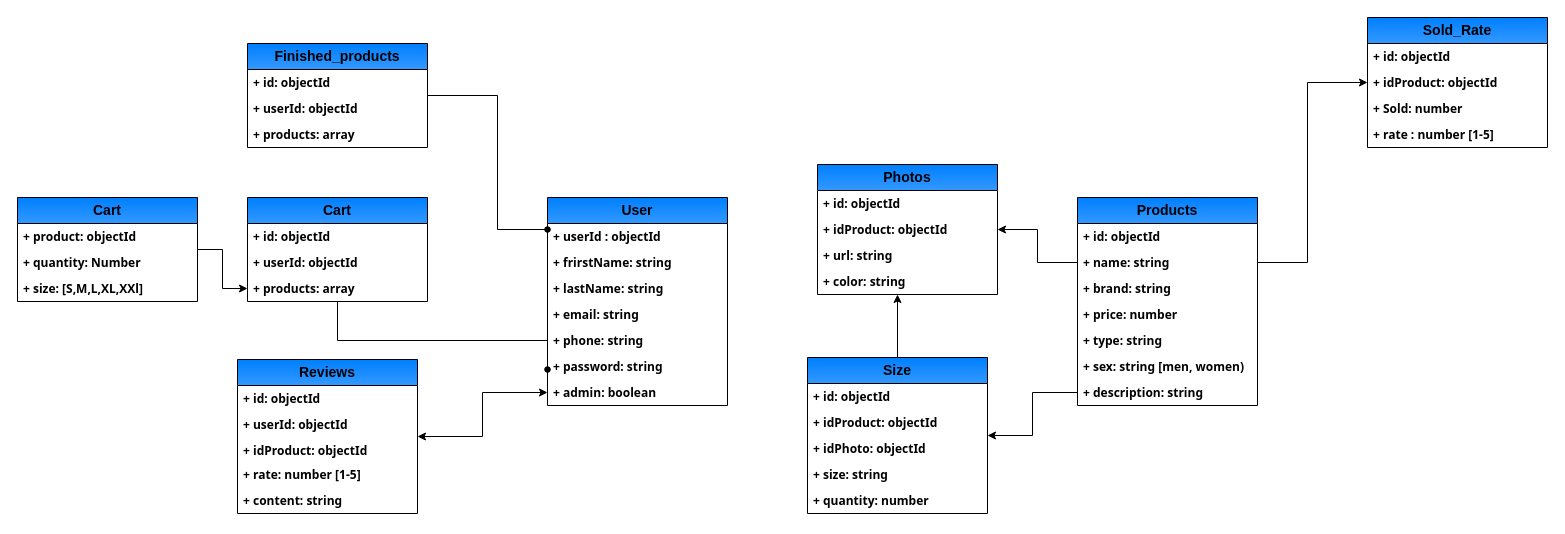
The draw.io diagram Biểu đồ không có tiêu đề.drawio in Baodt2911/FASCO, before the edit. Source tidied: cells renumbered, new cells numbered last; positions are measured from the earlier drawing's top-left corner, leaving out a move shared by most shapes. Both pictures are drawn from the tidied source at 100%, with x=0, y=0 at pixel (17, 17).
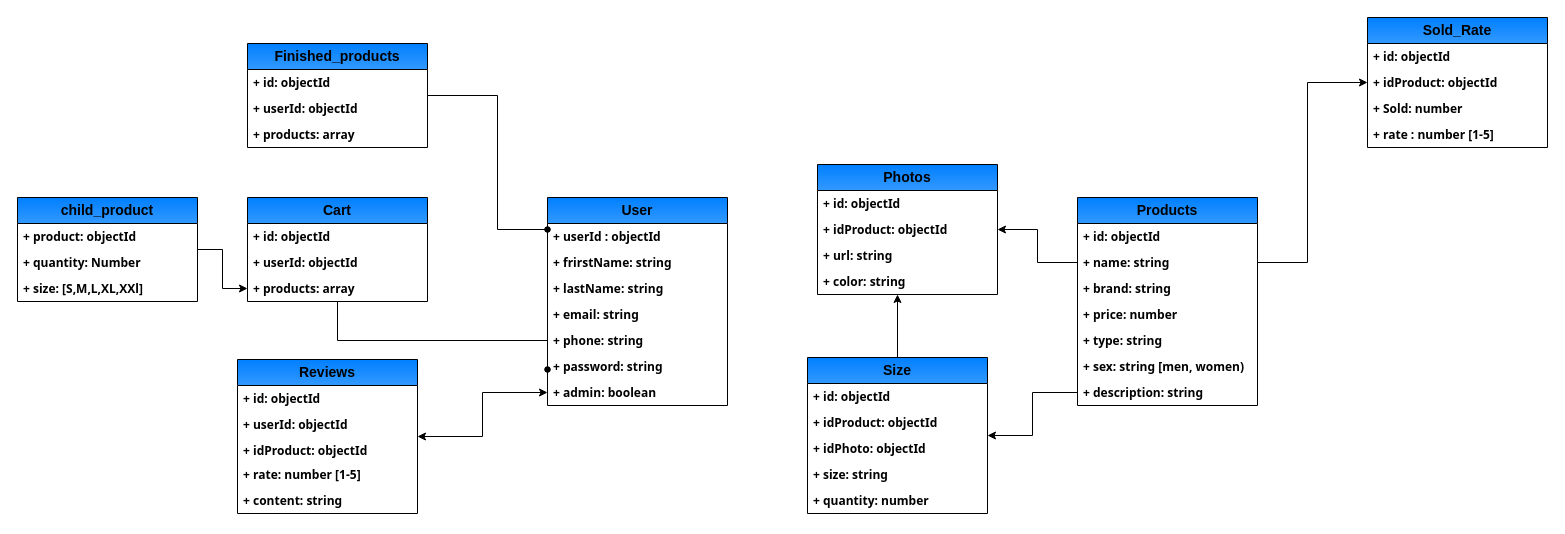
After the change.

Commit message:
Cập nhật Biểu đồ không có tiêu đề.drawio

Diff of the diagram source:
```diff
@@
-    <mxCell id="60" value="Cart" style="swimlane;fontStyle=1;horizontal=1;startSize=26;fillColor=#007FFF;whiteSpace=wrap;html=1;rounded=0;glass=0;shadow=0;swimlaneFillColor=default;gradientColor=#3399FF;fontSize=14;arcSize=50;" parent="1" vertex="1">
+    <mxCell id="60" value="child_product" style="swimlane;fontStyle=1;horizontal=1;startSize=26;fillColor=#007FFF;whiteSpace=wrap;html=1;rounded=0;glass=0;shadow=0;swimlaneFillColor=default;gradientColor=#3399FF;fontSize=14;arcSize=50;" parent="1" vertex="1">
       <mxGeometry y="180" width="180" height="104" as="geometry" />
     </mxCell>
```
